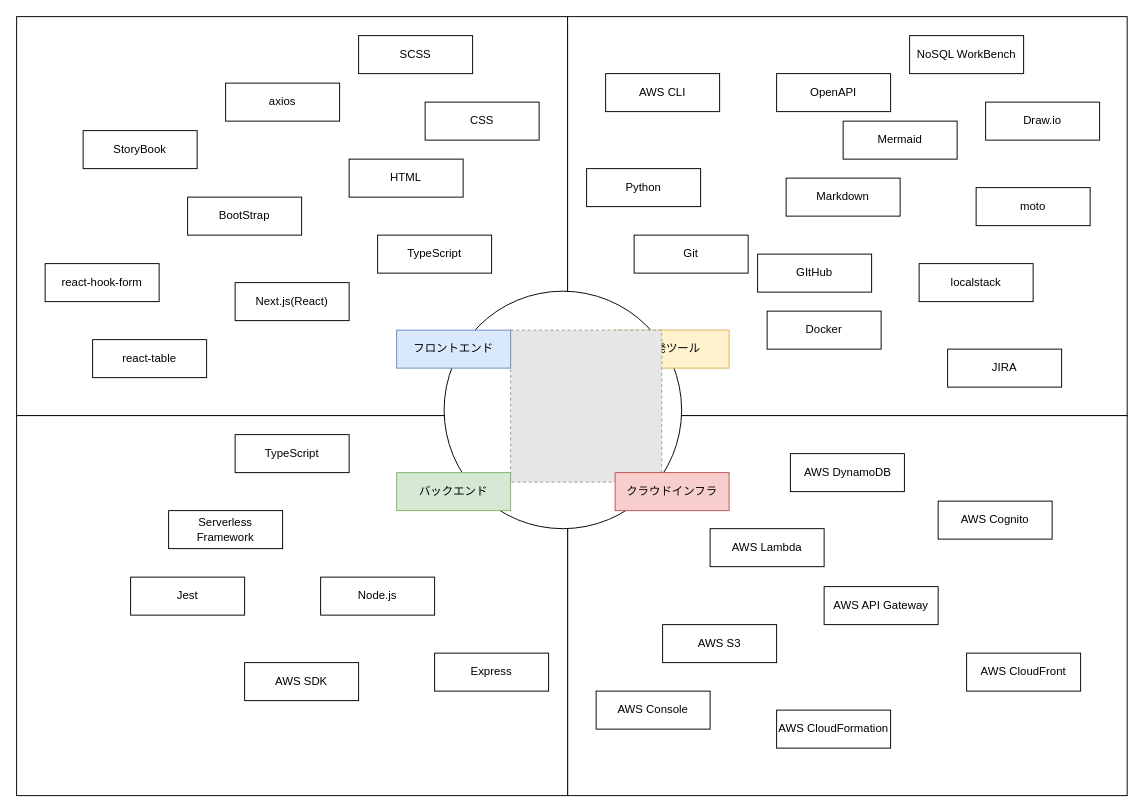
846846846/tech10 keeps this draw.io diagram as spec/sub/skillset.drawio. Above is the earlier version. Source tidied: cells renumbered, new cells numbered last; positions are measured from the earlier drawing's top-left corner, leaving out a move shared by most shapes. Both pictures are drawn from the tidied source at 95%, with x=0, y=0 at pixel (16, 16). Pictures stored in the file or linked from it are replaced by grey dashed boxes.
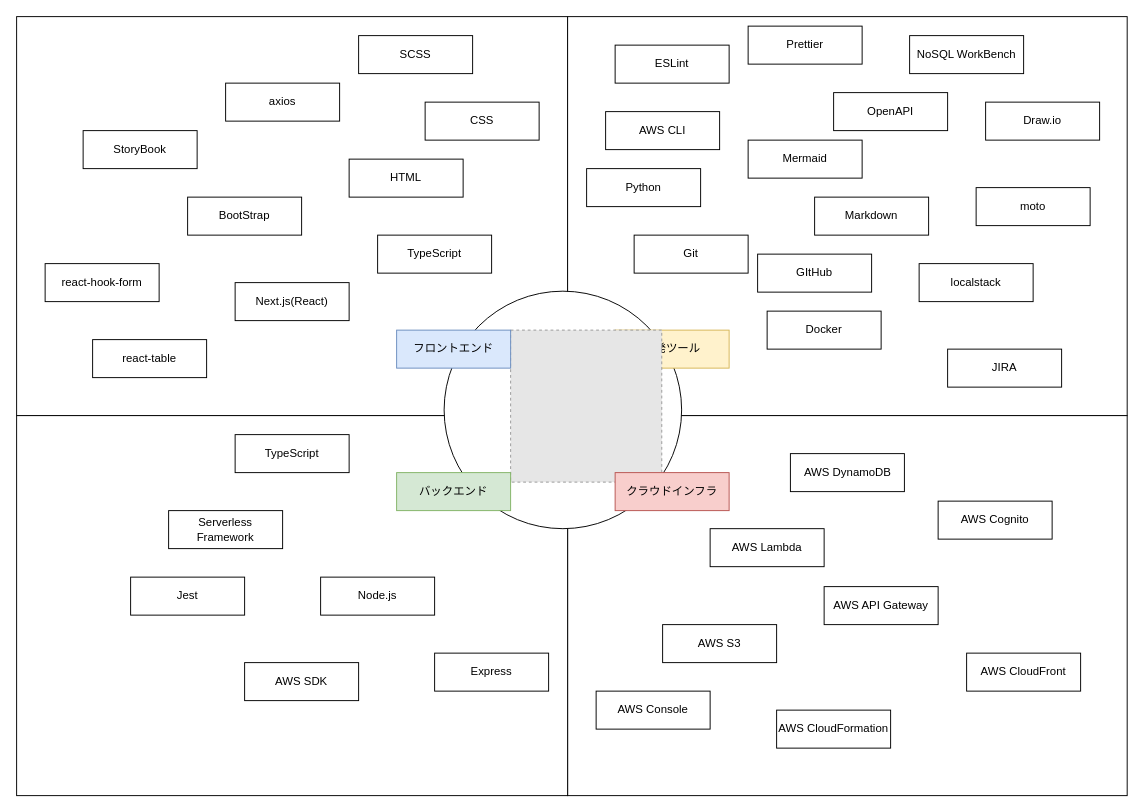
The same diagram, later.

The edit, as a diff of the source:
```diff
@@
     <mxCell id="26" value="AWS CLI" style="rounded=0;whiteSpace=wrap;html=1;strokeWidth=1;" parent="1" vertex="1">
-      <mxGeometry x="620" y="60" width="120" height="40" as="geometry" />
+      <mxGeometry x="620" y="100" width="120" height="40" as="geometry" />
     </mxCell>
@@
     <mxCell id="29" value="Markdown" style="rounded=0;whiteSpace=wrap;html=1;strokeWidth=1;" parent="1" vertex="1">
-      <mxGeometry x="810" y="170" width="120" height="40" as="geometry" />
+      <mxGeometry x="840" y="190" width="120" height="40" as="geometry" />
     </mxCell>
     <mxCell id="30" value="Mermaid" style="rounded=0;whiteSpace=wrap;html=1;strokeWidth=1;" parent="1" vertex="1">
-      <mxGeometry x="870" y="110" width="120" height="40" as="geometry" />
+      <mxGeometry x="770" y="130" width="120" height="40" as="geometry" />
     </mxCell>
     <mxCell id="31" value="OpenAPI" style="rounded=0;whiteSpace=wrap;html=1;strokeWidth=1;" parent="1" vertex="1">
-      <mxGeometry x="800" y="60" width="120" height="40" as="geometry" />
+      <mxGeometry x="860" y="80" width="120" height="40" as="geometry" />
     </mxCell>
@@
+    <mxCell id="49" value="ESLint" style="rounded=0;whiteSpace=wrap;html=1;strokeWidth=1;" parent="1" vertex="1">
+      <mxGeometry x="630" y="30" width="120" height="40" as="geometry" />
+    </mxCell>
+    <mxCell id="50" value="Prettier" style="rounded=0;whiteSpace=wrap;html=1;strokeWidth=1;" parent="1" vertex="1">
+      <mxGeometry x="770" y="10" width="120" height="40" as="geometry" />
+    </mxCell>
```
